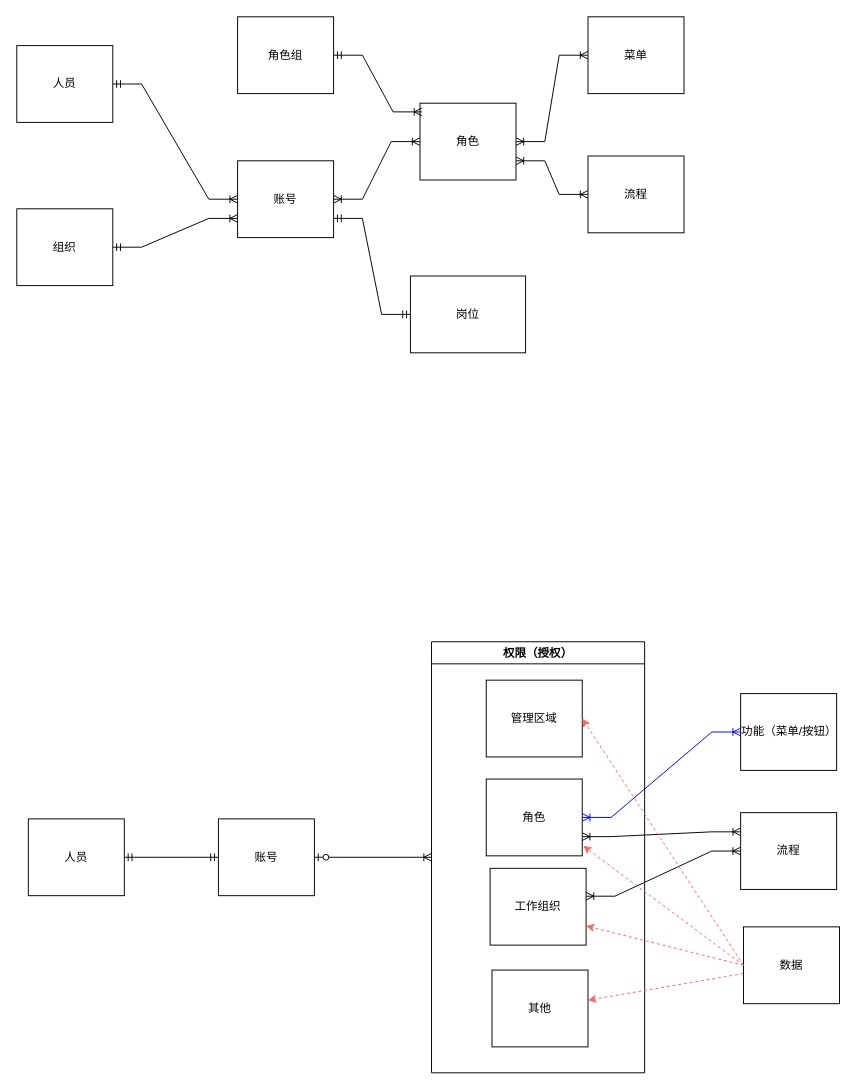
Above: page "当前4A角色模型" (3 of 8) of 4A基本数模型.drawio in 158698706/tt4a (draw.io), before the change. Source tidied: cells renumbered, new cells numbered last; positions are measured from the earlier drawing's top-left corner, leaving out a move shared by most shapes. Both pictures are drawn from the tidied source at 96%, with x=0, y=0 at pixel (16, 16).
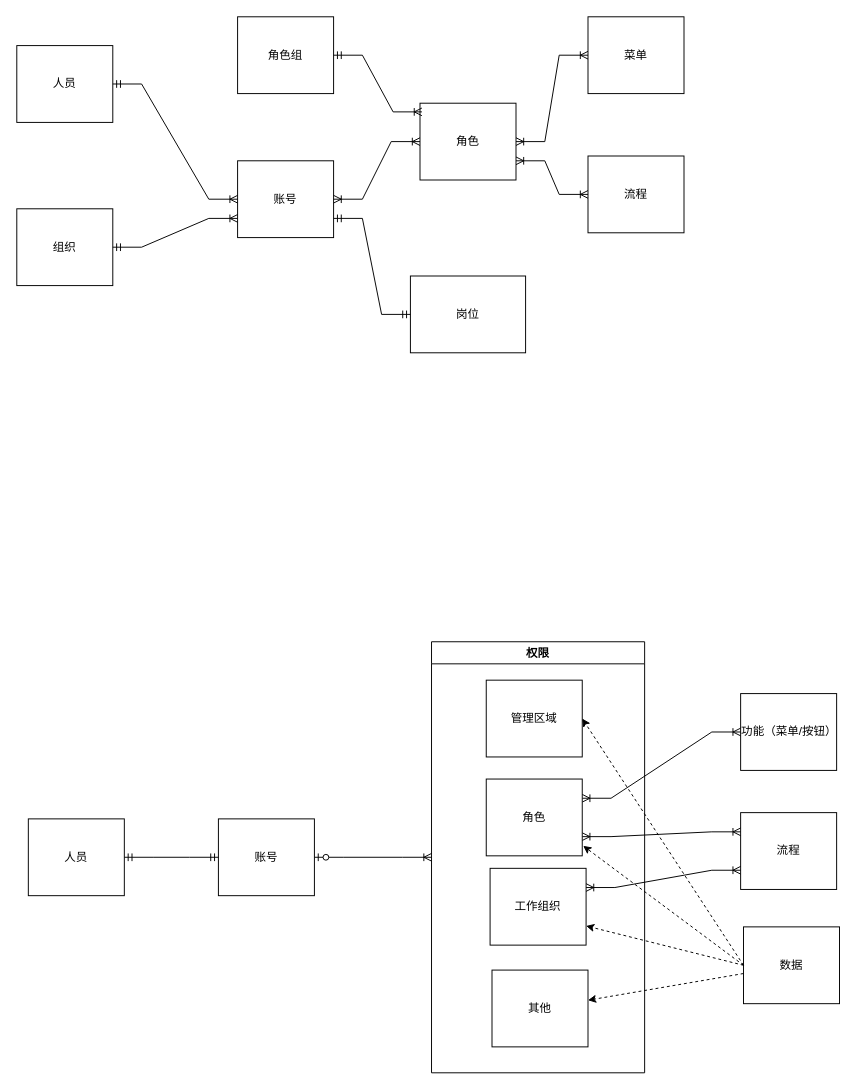
Above is the later version.

Commit message:
更新4A基本数模型.drawio

Unchanged cells that the change refers to:
```xml
<mxCell id="18" value="功能（菜单/按钮）" style="whiteSpace=wrap;html=1;align=center;" parent="1" vertex="1">
  <mxGeometry x="754" y="705" width="100" height="80" as="geometry" />
</mxCell>
<mxCell id="20" value="流程" style="whiteSpace=wrap;html=1;align=center;" parent="1" vertex="1">
  <mxGeometry x="754" y="829" width="100" height="80" as="geometry" />
</mxCell>
<mxCell id="23" value="角色" style="whiteSpace=wrap;html=1;align=center;" parent="22" vertex="1">
  <mxGeometry x="57" y="143" width="100" height="80" as="geometry" />
</mxCell>
<mxCell id="24" value="工作组织" style="whiteSpace=wrap;html=1;align=center;" parent="22" vertex="1">
  <mxGeometry x="61" y="236" width="100" height="80" as="geometry" />
</mxCell>
<mxCell id="25" value="管理区域" style="whiteSpace=wrap;html=1;align=center;" parent="22" vertex="1">
  <mxGeometry x="57" y="40" width="100" height="80" as="geometry" />
</mxCell>
<mxCell id="26" value="其他" style="whiteSpace=wrap;html=1;align=center;" parent="22" vertex="1">
  <mxGeometry x="63" y="342" width="100" height="80" as="geometry" />
</mxCell>
<mxCell id="30" value="数据" style="whiteSpace=wrap;html=1;align=center;" parent="1" vertex="1">
  <mxGeometry x="757" y="948" width="100" height="80" as="geometry" />
</mxCell>
```

Diff of the diagram source:
```diff
@@
-    <mxCell id="19" style="edgeStyle=entityRelationEdgeStyle;fontSize=12;html=1;endArrow=ERoneToMany;startArrow=ERoneToMany;rounded=0;exitX=1;exitY=0.5;exitDx=0;exitDy=0;entryX=0;entryY=0.5;entryDx=0;entryDy=0;strokeColor=#0000FF;" parent="1" edge="1" source="23" target="18">
+    <mxCell id="19" style="edgeStyle=entityRelationEdgeStyle;fontSize=12;html=1;endArrow=ERoneToMany;startArrow=ERoneToMany;rounded=0;exitX=1;exitY=0.25;exitDx=0;exitDy=0;entryX=0;entryY=0.5;entryDx=0;entryDy=0;strokeColor=#000000;" parent="1" edge="1" source="23" target="18">
       <mxGeometry relative="1" as="geometry" />
     </mxCell>
@@
-    <mxCell id="22" value="权限（授权）" style="swimlane;" parent="1" vertex="1">
+    <mxCell id="22" value="权限" style="swimlane;" parent="1" vertex="1">
       <mxGeometry x="432" y="651" width="222" height="449" as="geometry" />
     </mxCell>
@@
-    <mxCell id="29" style="rounded=0;jettySize=auto;html=1;dashed=1;strokeColor=#FF6666;" parent="1" edge="1" source="30" target="26">
+    <mxCell id="29" style="rounded=0;jettySize=auto;html=1;dashed=1;strokeColor=#000000;" parent="1" edge="1" source="30" target="26">
       <mxGeometry relative="1" as="geometry" />
     </mxCell>
@@
-    <mxCell id="32" style="edgeStyle=entityRelationEdgeStyle;fontSize=12;html=1;endArrow=ERoneToMany;startArrow=ERoneToMany;rounded=0;exitX=1;exitY=0.363;exitDx=0;exitDy=0;entryX=0;entryY=0.5;entryDx=0;entryDy=0;exitPerimeter=0;" parent="1" edge="1" source="24" target="20">
+    <mxCell id="32" style="edgeStyle=entityRelationEdgeStyle;fontSize=12;html=1;endArrow=ERoneToMany;startArrow=ERoneToMany;rounded=0;exitX=1;exitY=0.25;exitDx=0;exitDy=0;entryX=0;entryY=0.75;entryDx=0;entryDy=0;" parent="1" edge="1" source="24" target="20">
       <mxGeometry relative="1" as="geometry" />
     </mxCell>
-    <mxCell id="33" style="rounded=0;jettySize=auto;html=1;dashed=1;exitX=0;exitY=0.5;exitDx=0;exitDy=0;entryX=1;entryY=0.75;entryDx=0;entryDy=0;strokeColor=#FF6666;" parent="1" edge="1" source="30" target="24">
+    <mxCell id="33" style="rounded=0;jettySize=auto;html=1;dashed=1;exitX=0;exitY=0.5;exitDx=0;exitDy=0;entryX=1;entryY=0.75;entryDx=0;entryDy=0;strokeColor=#000000;" parent="1" edge="1" source="30" target="24">
       <mxGeometry relative="1" as="geometry" />
     </mxCell>
-    <mxCell id="34" style="rounded=0;jettySize=auto;html=1;dashed=1;exitX=0;exitY=0.5;exitDx=0;exitDy=0;entryX=1;entryY=0.5;entryDx=0;entryDy=0;strokeColor=#FF6666;" parent="1" edge="1" source="30" target="25">
+    <mxCell id="34" style="rounded=0;jettySize=auto;html=1;dashed=1;exitX=0;exitY=0.5;exitDx=0;exitDy=0;entryX=1;entryY=0.5;entryDx=0;entryDy=0;strokeColor=#000000;" parent="1" edge="1" source="30" target="25">
       <mxGeometry relative="1" as="geometry" />
     </mxCell>
-    <mxCell id="35" style="rounded=0;jettySize=auto;html=1;dashed=1;exitX=0;exitY=0.5;exitDx=0;exitDy=0;entryX=1.01;entryY=0.87;entryDx=0;entryDy=0;strokeColor=#FF6666;entryPerimeter=0;" parent="1" edge="1" source="30" target="23">
+    <mxCell id="35" style="rounded=0;jettySize=auto;html=1;dashed=1;exitX=0;exitY=0.5;exitDx=0;exitDy=0;entryX=1.01;entryY=0.87;entryDx=0;entryDy=0;strokeColor=#000000;entryPerimeter=0;" parent="1" edge="1" source="30" target="23">
       <mxGeometry relative="1" as="geometry" />
     </mxCell>
```
